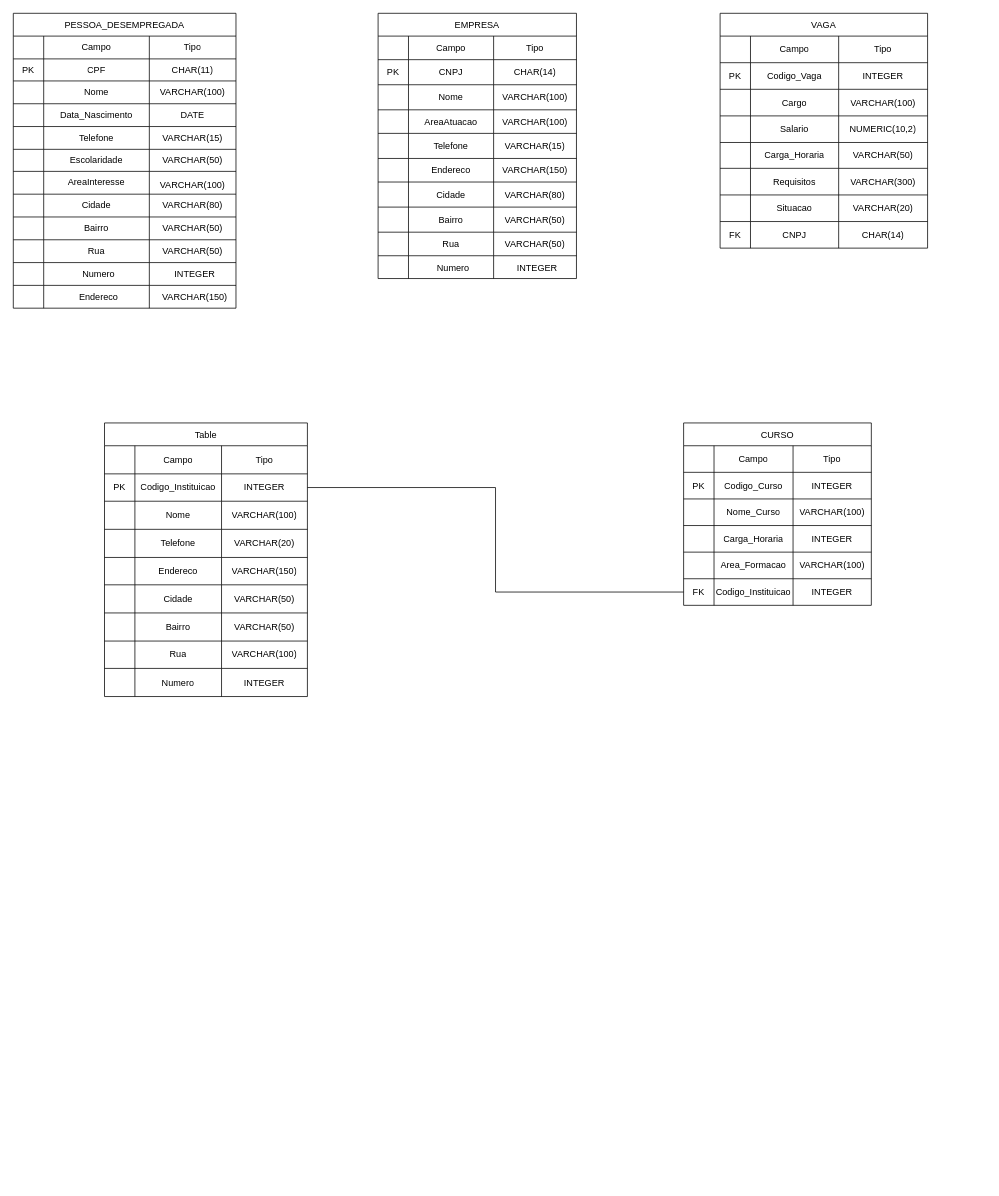
Before: Diagrama Relacional.drawio in MMaffi/Trabalho_Pratico_Banco_Dados_UFMS, a draw.io diagram. Source tidied: cells renumbered, new cells numbered last; positions are measured from the earlier drawing's top-left corner, leaving out a move shared by most shapes. Both pictures are drawn from the tidied source at 76%, with x=0, y=0 at pixel (13, 13).
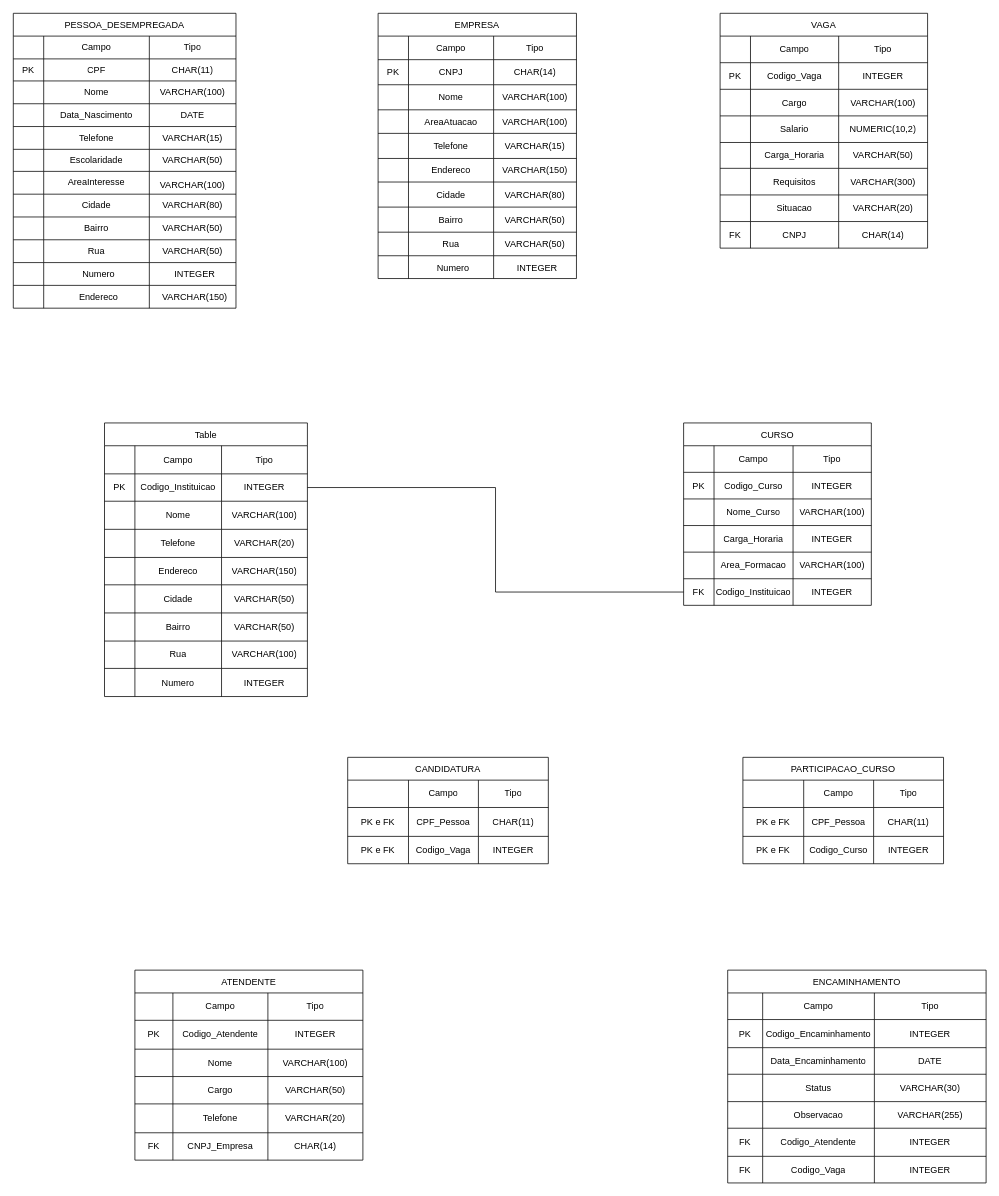
The same diagram, later.

Change to the diagram source:
```diff
@@
+    <mxCell id="188" value="ATENDENTE" style="shape=table;startSize=30;childLayout=tableLayout;fixedHeader=1;" parent="1" vertex="1">
+      <mxGeometry x="160" y="1259" width="300" height="250" as="geometry" />
+    </mxCell>
+    <mxCell id="189" style="shape=tableRow;horizontal=0;startSize=0;swimlaneHead=0;swimlaneBody=0;strokeColor=inherit;top=0;left=0;bottom=0;right=0;fillColor=none;fixedHeader=1;" parent="188" vertex="1">
+      <mxGeometry y="30" width="300" height="36" as="geometry" />
+    </mxCell>
+    <mxCell id="190" style="shape=partialRectangle;html=1;whiteSpace=wrap;strokeColor=inherit;overflow=hidden;fillColor=none;top=0;left=0;bottom=0;right=0;" parent="189" vertex="1">
+      <mxGeometry width="50" height="36" as="geometry" />
+    </mxCell>
+    <mxCell id="191" value="Campo" style="shape=partialRectangle;html=1;whiteSpace=wrap;strokeColor=inherit;overflow=hidden;fillColor=none;top=0;left=0;bottom=0;right=0;" parent="189" vertex="1">
+      <mxGeometry x="50" width="125" height="36" as="geometry" />
+    </mxCell>
+    <mxCell id="192" value="Tipo" style="shape=partialRectangle;html=1;whiteSpace=wrap;strokeColor=inherit;overflow=hidden;fillColor=none;top=0;left=0;bottom=0;right=0;" parent="189" vertex="1">
+      <mxGeometry x="175" width="125" height="36" as="geometry" />
+    </mxCell>
+    <mxCell id="193" style="shape=tableRow;horizontal=0;startSize=0;swimlaneHead=0;swimlaneBody=0;strokeColor=inherit;top=0;left=0;bottom=0;right=0;fillColor=none;fixedHeader=1;" parent="188" vertex="1">
+      <mxGeometry y="66" width="300" height="38" as="geometry" />
+    </mxCell>
+    <mxCell id="194" value="PK" style="shape=partialRectangle;html=1;whiteSpace=wrap;strokeColor=inherit;overflow=hidden;fillColor=none;top=0;left=0;bottom=0;right=0;" parent="193" vertex="1">
+      <mxGeometry width="50" height="38" as="geometry" />
+    </mxCell>
+    <mxCell id="195" value="Codigo_Atendente" style="shape=partialRectangle;html=1;whiteSpace=wrap;strokeColor=inherit;overflow=hidden;fillColor=none;top=0;left=0;bottom=0;right=0;" parent="193" vertex="1">
+      <mxGeometry x="50" width="125" height="38" as="geometry" />
+    </mxCell>
+    <mxCell id="196" value="INTEGER" style="shape=partialRectangle;html=1;whiteSpace=wrap;strokeColor=inherit;overflow=hidden;fillColor=none;top=0;left=0;bottom=0;right=0;" parent="193" vertex="1">
+      <mxGeometry x="175" width="125" height="38" as="geometry" />
+    </mxCell>
+    <mxCell id="197" style="shape=tableRow;horizontal=0;startSize=0;swimlaneHead=0;swimlaneBody=0;strokeColor=inherit;top=0;left=0;bottom=0;right=0;fillColor=none;fixedHeader=1;" parent="188" vertex="1">
+      <mxGeometry y="104" width="300" height="36" as="geometry" />
+    </mxCell>
+    <mxCell id="198" style="shape=partialRectangle;html=1;whiteSpace=wrap;strokeColor=inherit;overflow=hidden;fillColor=none;top=0;left=0;bottom=0;right=0;" parent="197" vertex="1">
+      <mxGeometry width="50" height="36" as="geometry" />
+    </mxCell>
+    <mxCell id="199" value="Nome" style="shape=partialRectangle;html=1;whiteSpace=wrap;strokeColor=inherit;overflow=hidden;fillColor=none;top=0;left=0;bottom=0;right=0;" parent="197" vertex="1">
+      <mxGeometry x="50" width="125" height="36" as="geometry" />
+    </mxCell>
+    <mxCell id="200" value="VARCHAR(100)" style="shape=partialRectangle;html=1;whiteSpace=wrap;strokeColor=inherit;overflow=hidden;fillColor=none;top=0;left=0;bottom=0;right=0;" parent="197" vertex="1">
+      <mxGeometry x="175" width="125" height="36" as="geometry" />
+    </mxCell>
+    <mxCell id="201" style="shape=tableRow;horizontal=0;startSize=0;swimlaneHead=0;swimlaneBody=0;strokeColor=inherit;top=0;left=0;bottom=0;right=0;fillColor=none;fixedHeader=1;" parent="188" vertex="1">
+      <mxGeometry y="140" width="300" height="36" as="geometry" />
+    </mxCell>
+    <mxCell id="202" style="shape=partialRectangle;html=1;whiteSpace=wrap;strokeColor=inherit;overflow=hidden;fillColor=none;top=0;left=0;bottom=0;right=0;" parent="201" vertex="1">
+      <mxGeometry width="50" height="36" as="geometry" />
+    </mxCell>
+    <mxCell id="203" value="Cargo" style="shape=partialRectangle;html=1;whiteSpace=wrap;strokeColor=inherit;overflow=hidden;fillColor=none;top=0;left=0;bottom=0;right=0;" parent="201" vertex="1">
+      <mxGeometry x="50" width="125" height="36" as="geometry" />
+    </mxCell>
+    <mxCell id="204" value="VARCHAR(50)" style="shape=partialRectangle;html=1;whiteSpace=wrap;strokeColor=inherit;overflow=hidden;fillColor=none;top=0;left=0;bottom=0;right=0;" parent="201" vertex="1">
+      <mxGeometry x="175" width="125" height="36" as="geometry" />
+    </mxCell>
+    <mxCell id="205" style="shape=tableRow;horizontal=0;startSize=0;swimlaneHead=0;swimlaneBody=0;strokeColor=inherit;top=0;left=0;bottom=0;right=0;fillColor=none;fixedHeader=1;" parent="188" vertex="1">
+      <mxGeometry y="176" width="300" height="38" as="geometry" />
+    </mxCell>
+    <mxCell id="206" style="shape=partialRectangle;html=1;whiteSpace=wrap;strokeColor=inherit;overflow=hidden;fillColor=none;top=0;left=0;bottom=0;right=0;" parent="205" vertex="1">
+      <mxGeometry width="50" height="38" as="geometry" />
+    </mxCell>
+    <mxCell id="207" value="Telefone" style="shape=partialRectangle;html=1;whiteSpace=wrap;strokeColor=inherit;overflow=hidden;fillColor=none;top=0;left=0;bottom=0;right=0;" parent="205" vertex="1">
+      <mxGeometry x="50" width="125" height="38" as="geometry" />
+    </mxCell>
+    <mxCell id="208" value="VARCHAR(20)" style="shape=partialRectangle;html=1;whiteSpace=wrap;strokeColor=inherit;overflow=hidden;fillColor=none;top=0;left=0;bottom=0;right=0;" parent="205" vertex="1">
+      <mxGeometry x="175" width="125" height="38" as="geometry" />
+    </mxCell>
+    <mxCell id="209" style="shape=tableRow;horizontal=0;startSize=0;swimlaneHead=0;swimlaneBody=0;strokeColor=inherit;top=0;left=0;bottom=0;right=0;fillColor=none;fixedHeader=1;" parent="188" vertex="1">
+      <mxGeometry y="214" width="300" height="36" as="geometry" />
+    </mxCell>
+    <mxCell id="210" value="FK" style="shape=partialRectangle;html=1;whiteSpace=wrap;strokeColor=inherit;overflow=hidden;fillColor=none;top=0;left=0;bottom=0;right=0;" parent="209" vertex="1">
+      <mxGeometry width="50" height="36" as="geometry" />
+    </mxCell>
+    <mxCell id="211" value="CNPJ_Empresa" style="shape=partialRectangle;html=1;whiteSpace=wrap;strokeColor=inherit;overflow=hidden;fillColor=none;top=0;left=0;bottom=0;right=0;" parent="209" vertex="1">
+      <mxGeometry x="50" width="125" height="36" as="geometry" />
+    </mxCell>
+    <mxCell id="212" value="CHAR(14)" style="shape=partialRectangle;html=1;whiteSpace=wrap;strokeColor=inherit;overflow=hidden;fillColor=none;top=0;left=0;bottom=0;right=0;" parent="209" vertex="1">
+      <mxGeometry x="175" width="125" height="36" as="geometry" />
+    </mxCell>
+    <mxCell id="213" value="ENCAMINHAMENTO" style="shape=table;startSize=30;childLayout=tableLayout;fixedHeader=1;" parent="1" vertex="1">
+      <mxGeometry x="940" y="1259" width="340" height="280" as="geometry" />
+    </mxCell>
+    <mxCell id="214" style="shape=tableRow;horizontal=0;startSize=0;swimlaneHead=0;swimlaneBody=0;strokeColor=inherit;top=0;left=0;bottom=0;right=0;fillColor=none;fixedHeader=1;" parent="213" vertex="1">
+      <mxGeometry y="30" width="340" height="35" as="geometry" />
+    </mxCell>
+    <mxCell id="215" style="shape=partialRectangle;html=1;whiteSpace=wrap;strokeColor=inherit;overflow=hidden;fillColor=none;top=0;left=0;bottom=0;right=0;" parent="214" vertex="1">
+      <mxGeometry width="46" height="35" as="geometry" />
+    </mxCell>
+    <mxCell id="216" value="Campo" style="shape=partialRectangle;html=1;whiteSpace=wrap;strokeColor=inherit;overflow=hidden;fillColor=none;top=0;left=0;bottom=0;right=0;" parent="214" vertex="1">
+      <mxGeometry x="46" width="147" height="35" as="geometry" />
+    </mxCell>
+    <mxCell id="217" value="Tipo" style="shape=partialRectangle;html=1;whiteSpace=wrap;strokeColor=inherit;overflow=hidden;fillColor=none;top=0;left=0;bottom=0;right=0;" parent="214" vertex="1">
+      <mxGeometry x="193" width="147" height="35" as="geometry" />
+    </mxCell>
+    <mxCell id="218" style="shape=tableRow;horizontal=0;startSize=0;swimlaneHead=0;swimlaneBody=0;strokeColor=inherit;top=0;left=0;bottom=0;right=0;fillColor=none;fixedHeader=1;" parent="213" vertex="1">
+      <mxGeometry y="65" width="340" height="37" as="geometry" />
+    </mxCell>
+    <mxCell id="219" value="PK" style="shape=partialRectangle;html=1;whiteSpace=wrap;strokeColor=inherit;overflow=hidden;fillColor=none;top=0;left=0;bottom=0;right=0;" parent="218" vertex="1">
+      <mxGeometry width="46" height="37" as="geometry" />
+    </mxCell>
+    <mxCell id="220" value="Codigo_Encaminhamento" style="shape=partialRectangle;html=1;whiteSpace=wrap;strokeColor=inherit;overflow=hidden;fillColor=none;top=0;left=0;bottom=0;right=0;" parent="218" vertex="1">
+      <mxGeometry x="46" width="147" height="37" as="geometry" />
+    </mxCell>
+    <mxCell id="221" value="INTEGER" style="shape=partialRectangle;html=1;whiteSpace=wrap;strokeColor=inherit;overflow=hidden;fillColor=none;top=0;left=0;bottom=0;right=0;" parent="218" vertex="1">
+      <mxGeometry x="193" width="147" height="37" as="geometry" />
+    </mxCell>
+    <mxCell id="222" style="shape=tableRow;horizontal=0;startSize=0;swimlaneHead=0;swimlaneBody=0;strokeColor=inherit;top=0;left=0;bottom=0;right=0;fillColor=none;fixedHeader=1;" parent="213" vertex="1">
+      <mxGeometry y="102" width="340" height="35" as="geometry" />
+    </mxCell>
+    <mxCell id="223" style="shape=partialRectangle;html=1;whiteSpace=wrap;strokeColor=inherit;overflow=hidden;fillColor=none;top=0;left=0;bottom=0;right=0;" parent="222" vertex="1">
+      <mxGeometry width="46" height="35" as="geometry" />
+    </mxCell>
+    <mxCell id="224" value="Data_Encaminhamento" style="shape=partialRectangle;html=1;whiteSpace=wrap;strokeColor=inherit;overflow=hidden;fillColor=none;top=0;left=0;bottom=0;right=0;" parent="222" vertex="1">
+      <mxGeometry x="46" width="147" height="35" as="geometry" />
+    </mxCell>
+    <mxCell id="225" value="DATE" style="shape=partialRectangle;html=1;whiteSpace=wrap;strokeColor=inherit;overflow=hidden;fillColor=none;top=0;left=0;bottom=0;right=0;" parent="222" vertex="1">
+      <mxGeometry x="193" width="147" height="35" as="geometry" />
+    </mxCell>
+    <mxCell id="226" style="shape=tableRow;horizontal=0;startSize=0;swimlaneHead=0;swimlaneBody=0;strokeColor=inherit;top=0;left=0;bottom=0;right=0;fillColor=none;fixedHeader=1;" parent="213" vertex="1">
+      <mxGeometry y="137" width="340" height="36" as="geometry" />
+    </mxCell>
+    <mxCell id="227" style="shape=partialRectangle;html=1;whiteSpace=wrap;strokeColor=inherit;overflow=hidden;fillColor=none;top=0;left=0;bottom=0;right=0;" parent="226" vertex="1">
+      <mxGeometry width="46" height="36" as="geometry" />
+    </mxCell>
+    <mxCell id="228" value="Status" style="shape=partialRectangle;html=1;whiteSpace=wrap;strokeColor=inherit;overflow=hidden;fillColor=none;top=0;left=0;bottom=0;right=0;" parent="226" vertex="1">
+      <mxGeometry x="46" width="147" height="36" as="geometry" />
+    </mxCell>
+    <mxCell id="229" value="VARCHAR(30)" style="shape=partialRectangle;html=1;whiteSpace=wrap;strokeColor=inherit;overflow=hidden;fillColor=none;top=0;left=0;bottom=0;right=0;" parent="226" vertex="1">
+      <mxGeometry x="193" width="147" height="36" as="geometry" />
+    </mxCell>
+    <mxCell id="230" style="shape=tableRow;horizontal=0;startSize=0;swimlaneHead=0;swimlaneBody=0;strokeColor=inherit;top=0;left=0;bottom=0;right=0;fillColor=none;fixedHeader=1;" parent="213" vertex="1">
+      <mxGeometry y="173" width="340" height="35" as="geometry" />
+    </mxCell>
+    <mxCell id="231" style="shape=partialRectangle;html=1;whiteSpace=wrap;strokeColor=inherit;overflow=hidden;fillColor=none;top=0;left=0;bottom=0;right=0;" parent="230" vertex="1">
+      <mxGeometry width="46" height="35" as="geometry" />
+    </mxCell>
+    <mxCell id="232" value="Observacao" style="shape=partialRectangle;html=1;whiteSpace=wrap;strokeColor=inherit;overflow=hidden;fillColor=none;top=0;left=0;bottom=0;right=0;" parent="230" vertex="1">
+      <mxGeometry x="46" width="147" height="35" as="geometry" />
+    </mxCell>
+    <mxCell id="233" value="VARCHAR(255)" style="shape=partialRectangle;html=1;whiteSpace=wrap;strokeColor=inherit;overflow=hidden;fillColor=none;top=0;left=0;bottom=0;right=0;" parent="230" vertex="1">
+      <mxGeometry x="193" width="147" height="35" as="geometry" />
+    </mxCell>
+    <mxCell id="234" style="shape=tableRow;horizontal=0;startSize=0;swimlaneHead=0;swimlaneBody=0;strokeColor=inherit;top=0;left=0;bottom=0;right=0;fillColor=none;fixedHeader=1;" parent="213" vertex="1">
+      <mxGeometry y="208" width="340" height="37" as="geometry" />
+    </mxCell>
+    <mxCell id="235" value="FK" style="shape=partialRectangle;html=1;whiteSpace=wrap;strokeColor=inherit;overflow=hidden;fillColor=none;top=0;left=0;bottom=0;right=0;" parent="234" vertex="1">
+      <mxGeometry width="46" height="37" as="geometry" />
+    </mxCell>
+    <mxCell id="236" value="Codigo_Atendente" style="shape=partialRectangle;html=1;whiteSpace=wrap;strokeColor=inherit;overflow=hidden;fillColor=none;top=0;left=0;bottom=0;right=0;" parent="234" vertex="1">
+      <mxGeometry x="46" width="147" height="37" as="geometry" />
+    </mxCell>
+    <mxCell id="237" value="INTEGER" style="shape=partialRectangle;html=1;whiteSpace=wrap;strokeColor=inherit;overflow=hidden;fillColor=none;top=0;left=0;bottom=0;right=0;" parent="234" vertex="1">
+      <mxGeometry x="193" width="147" height="37" as="geometry" />
+    </mxCell>
+    <mxCell id="238" style="shape=tableRow;horizontal=0;startSize=0;swimlaneHead=0;swimlaneBody=0;strokeColor=inherit;top=0;left=0;bottom=0;right=0;fillColor=none;fixedHeader=1;" parent="213" vertex="1">
+      <mxGeometry y="245" width="340" height="35" as="geometry" />
+    </mxCell>
+    <mxCell id="239" value="FK" style="shape=partialRectangle;html=1;whiteSpace=wrap;strokeColor=inherit;overflow=hidden;fillColor=none;top=0;left=0;bottom=0;right=0;" parent="238" vertex="1">
+      <mxGeometry width="46" height="35" as="geometry" />
+    </mxCell>
+    <mxCell id="240" value="Codigo_Vaga" style="shape=partialRectangle;html=1;whiteSpace=wrap;strokeColor=inherit;overflow=hidden;fillColor=none;top=0;left=0;bottom=0;right=0;" parent="238" vertex="1">
+      <mxGeometry x="46" width="147" height="35" as="geometry" />
+    </mxCell>
+    <mxCell id="241" value="INTEGER" style="shape=partialRectangle;html=1;whiteSpace=wrap;strokeColor=inherit;overflow=hidden;fillColor=none;top=0;left=0;bottom=0;right=0;" parent="238" vertex="1">
+      <mxGeometry x="193" width="147" height="35" as="geometry" />
+    </mxCell>
+    <mxCell id="242" value="CANDIDATURA" style="shape=table;startSize=30;childLayout=tableLayout;fixedHeader=1;" parent="1" vertex="1">
+      <mxGeometry x="440" y="979" width="264" height="140" as="geometry" />
+    </mxCell>
+    <mxCell id="243" style="shape=tableRow;horizontal=0;startSize=0;swimlaneHead=0;swimlaneBody=0;strokeColor=inherit;top=0;left=0;bottom=0;right=0;fillColor=none;fixedHeader=1;" parent="242" vertex="1">
+      <mxGeometry y="30" width="264" height="36" as="geometry" />
+    </mxCell>
+    <mxCell id="244" style="shape=partialRectangle;html=1;whiteSpace=wrap;strokeColor=inherit;overflow=hidden;fillColor=none;top=0;left=0;bottom=0;right=0;" parent="243" vertex="1">
+      <mxGeometry width="80" height="36" as="geometry" />
+    </mxCell>
+    <mxCell id="245" value="Campo" style="shape=partialRectangle;html=1;whiteSpace=wrap;strokeColor=inherit;overflow=hidden;fillColor=none;top=0;left=0;bottom=0;right=0;" parent="243" vertex="1">
+      <mxGeometry x="80" width="92" height="36" as="geometry" />
+    </mxCell>
+    <mxCell id="246" value="Tipo" style="shape=partialRectangle;html=1;whiteSpace=wrap;strokeColor=inherit;overflow=hidden;fillColor=none;top=0;left=0;bottom=0;right=0;" parent="243" vertex="1">
+      <mxGeometry x="172" width="92" height="36" as="geometry" />
+    </mxCell>
+    <mxCell id="247" style="shape=tableRow;horizontal=0;startSize=0;swimlaneHead=0;swimlaneBody=0;strokeColor=inherit;top=0;left=0;bottom=0;right=0;fillColor=none;fixedHeader=1;" parent="242" vertex="1">
+      <mxGeometry y="66" width="264" height="38" as="geometry" />
+    </mxCell>
+    <mxCell id="248" value="PK e FK" style="shape=partialRectangle;html=1;whiteSpace=wrap;strokeColor=inherit;overflow=hidden;fillColor=none;top=0;left=0;bottom=0;right=0;" parent="247" vertex="1">
+      <mxGeometry width="80" height="38" as="geometry" />
+    </mxCell>
+    <mxCell id="249" value="CPF_Pessoa" style="shape=partialRectangle;html=1;whiteSpace=wrap;strokeColor=inherit;overflow=hidden;fillColor=none;top=0;left=0;bottom=0;right=0;" parent="247" vertex="1">
+      <mxGeometry x="80" width="92" height="38" as="geometry" />
+    </mxCell>
+    <mxCell id="250" value="CHAR(11)" style="shape=partialRectangle;html=1;whiteSpace=wrap;strokeColor=inherit;overflow=hidden;fillColor=none;top=0;left=0;bottom=0;right=0;" parent="247" vertex="1">
+      <mxGeometry x="172" width="92" height="38" as="geometry" />
+    </mxCell>
+    <mxCell id="251" style="shape=tableRow;horizontal=0;startSize=0;swimlaneHead=0;swimlaneBody=0;strokeColor=inherit;top=0;left=0;bottom=0;right=0;fillColor=none;fixedHeader=1;" parent="242" vertex="1">
+      <mxGeometry y="104" width="264" height="36" as="geometry" />
+    </mxCell>
+    <mxCell id="252" value="PK e FK" style="shape=partialRectangle;html=1;whiteSpace=wrap;strokeColor=inherit;overflow=hidden;fillColor=none;top=0;left=0;bottom=0;right=0;" parent="251" vertex="1">
+      <mxGeometry width="80" height="36" as="geometry" />
+    </mxCell>
+    <mxCell id="253" value="Codigo_Vaga" style="shape=partialRectangle;html=1;whiteSpace=wrap;strokeColor=inherit;overflow=hidden;fillColor=none;top=0;left=0;bottom=0;right=0;" parent="251" vertex="1">
+      <mxGeometry x="80" width="92" height="36" as="geometry" />
+    </mxCell>
+    <mxCell id="254" value="INTEGER" style="shape=partialRectangle;html=1;whiteSpace=wrap;strokeColor=inherit;overflow=hidden;fillColor=none;top=0;left=0;bottom=0;right=0;" parent="251" vertex="1">
+      <mxGeometry x="172" width="92" height="36" as="geometry" />
+    </mxCell>
+    <mxCell id="255" value="PARTICIPACAO_CURSO" style="shape=table;startSize=30;childLayout=tableLayout;fixedHeader=1;" parent="1" vertex="1">
+      <mxGeometry x="960" y="979" width="264" height="140" as="geometry" />
+    </mxCell>
+    <mxCell id="256" style="shape=tableRow;horizontal=0;startSize=0;swimlaneHead=0;swimlaneBody=0;strokeColor=inherit;top=0;left=0;bottom=0;right=0;fillColor=none;fixedHeader=1;" parent="255" vertex="1">
+      <mxGeometry y="30" width="264" height="36" as="geometry" />
+    </mxCell>
+    <mxCell id="257" style="shape=partialRectangle;html=1;whiteSpace=wrap;strokeColor=inherit;overflow=hidden;fillColor=none;top=0;left=0;bottom=0;right=0;" parent="256" vertex="1">
+      <mxGeometry width="80" height="36" as="geometry" />
+    </mxCell>
+    <mxCell id="258" value="Campo" style="shape=partialRectangle;html=1;whiteSpace=wrap;strokeColor=inherit;overflow=hidden;fillColor=none;top=0;left=0;bottom=0;right=0;" parent="256" vertex="1">
+      <mxGeometry x="80" width="92" height="36" as="geometry" />
+    </mxCell>
+    <mxCell id="259" value="Tipo" style="shape=partialRectangle;html=1;whiteSpace=wrap;strokeColor=inherit;overflow=hidden;fillColor=none;top=0;left=0;bottom=0;right=0;" parent="256" vertex="1">
+      <mxGeometry x="172" width="92" height="36" as="geometry" />
+    </mxCell>
+    <mxCell id="260" style="shape=tableRow;horizontal=0;startSize=0;swimlaneHead=0;swimlaneBody=0;strokeColor=inherit;top=0;left=0;bottom=0;right=0;fillColor=none;fixedHeader=1;" parent="255" vertex="1">
+      <mxGeometry y="66" width="264" height="38" as="geometry" />
+    </mxCell>
+    <mxCell id="261" value="PK e FK" style="shape=partialRectangle;html=1;whiteSpace=wrap;strokeColor=inherit;overflow=hidden;fillColor=none;top=0;left=0;bottom=0;right=0;" parent="260" vertex="1">
+      <mxGeometry width="80" height="38" as="geometry" />
+    </mxCell>
+    <mxCell id="262" value="CPF_Pessoa" style="shape=partialRectangle;html=1;whiteSpace=wrap;strokeColor=inherit;overflow=hidden;fillColor=none;top=0;left=0;bottom=0;right=0;" parent="260" vertex="1">
+      <mxGeometry x="80" width="92" height="38" as="geometry" />
+    </mxCell>
+    <mxCell id="263" value="CHAR(11)" style="shape=partialRectangle;html=1;whiteSpace=wrap;strokeColor=inherit;overflow=hidden;fillColor=none;top=0;left=0;bottom=0;right=0;" parent="260" vertex="1">
+      <mxGeometry x="172" width="92" height="38" as="geometry" />
+    </mxCell>
+    <mxCell id="264" style="shape=tableRow;horizontal=0;startSize=0;swimlaneHead=0;swimlaneBody=0;strokeColor=inherit;top=0;left=0;bottom=0;right=0;fillColor=none;fixedHeader=1;" parent="255" vertex="1">
+      <mxGeometry y="104" width="264" height="36" as="geometry" />
+    </mxCell>
+    <mxCell id="265" value="PK e FK" style="shape=partialRectangle;html=1;whiteSpace=wrap;strokeColor=inherit;overflow=hidden;fillColor=none;top=0;left=0;bottom=0;right=0;" parent="264" vertex="1">
+      <mxGeometry width="80" height="36" as="geometry" />
+    </mxCell>
+    <mxCell id="266" value="Codigo_Curso" style="shape=partialRectangle;html=1;whiteSpace=wrap;strokeColor=inherit;overflow=hidden;fillColor=none;top=0;left=0;bottom=0;right=0;" parent="264" vertex="1">
+      <mxGeometry x="80" width="92" height="36" as="geometry" />
+    </mxCell>
+    <mxCell id="267" value="INTEGER" style="shape=partialRectangle;html=1;whiteSpace=wrap;strokeColor=inherit;overflow=hidden;fillColor=none;top=0;left=0;bottom=0;right=0;" parent="264" vertex="1">
+      <mxGeometry x="172" width="92" height="36" as="geometry" />
+    </mxCell>
```
